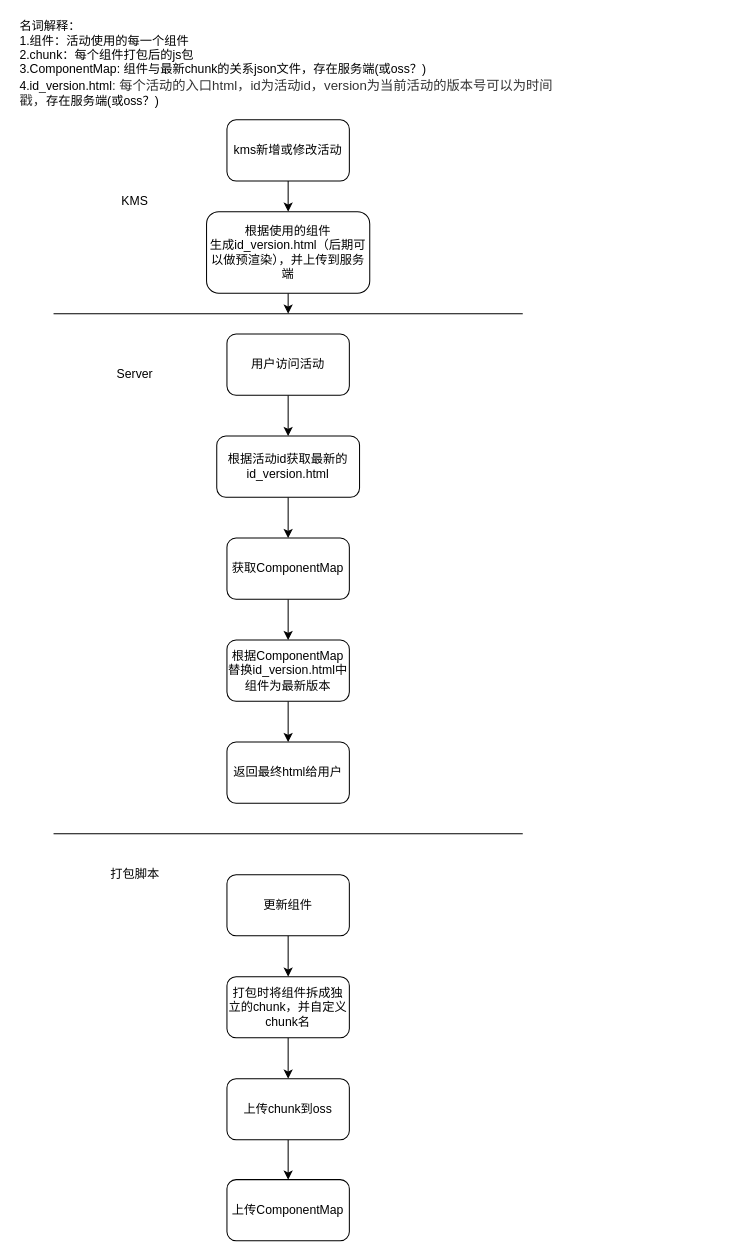
This is 活动模板按需加载方案.drawio from ks-stack/drawio, a draw.io file, before an edit. Source tidied: cells renumbered, new cells numbered last; positions are measured from the earlier drawing's top-left corner, leaving out a move shared by most shapes. Both pictures are drawn from the tidied source at 102%, with x=0, y=0 at pixel (17, 17).
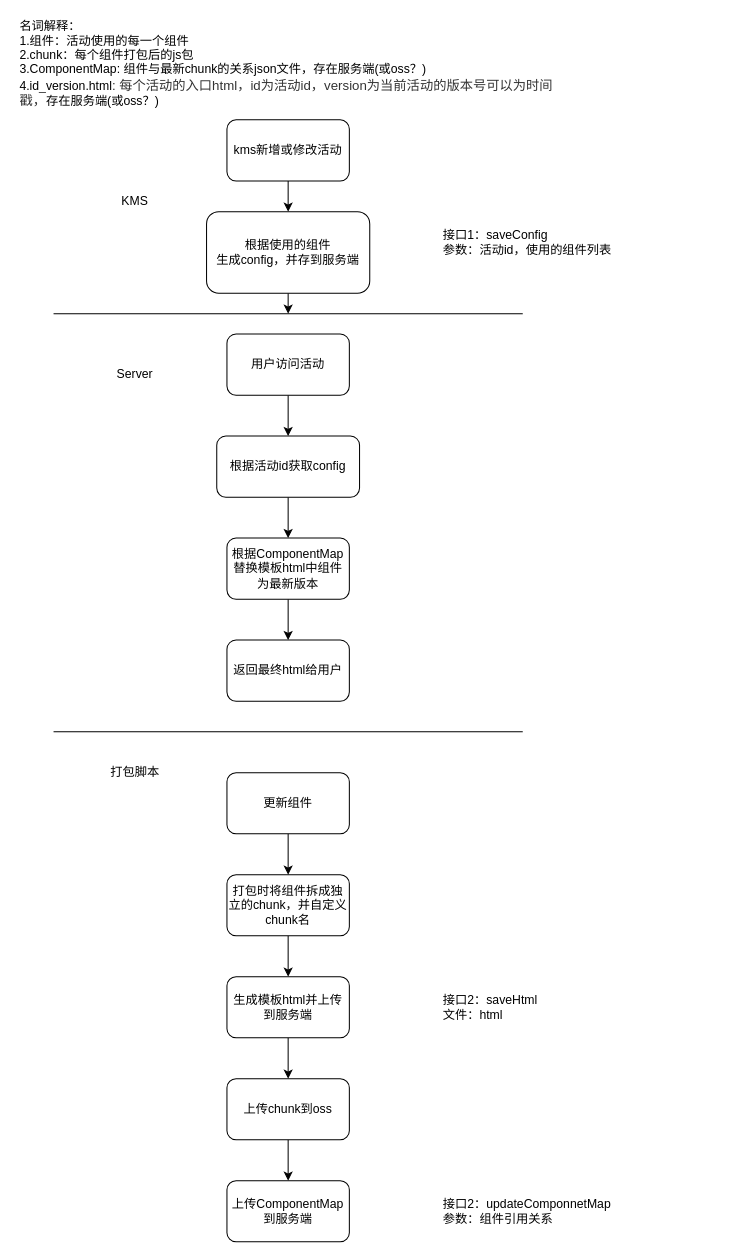
The same page after the edit.

Commit message:
Update 活动模板按需加载方案.drawio

The change refers to these unchanged cells:
```xml
<mxCell id="14" value="上传chunk到oss" style="rounded=1;whiteSpace=wrap;html=1;fillColor=#FFFFFFFF;" parent="1" vertex="1">
  <mxGeometry x="205" y="1040" width="120" height="60" as="geometry" />
</mxCell>
```

The edit, as a diff of the source:
```diff
@@
-    <mxCell id="5" value="根据使用的&lt;span style=&quot;text-align: left&quot;&gt;组件&lt;/span&gt;&lt;br&gt;生成&lt;span style=&quot;text-align: left&quot;&gt;id_version.html&lt;/span&gt;（后期可以做预渲染），并上传到服务端" style="rounded=1;whiteSpace=wrap;html=1;" parent="1" vertex="1">
+    <mxCell id="5" value="根据使用的&lt;span style=&quot;text-align: left&quot;&gt;组件&lt;/span&gt;&lt;br&gt;&lt;div style=&quot;text-align: left&quot;&gt;&lt;span&gt;生成config，&lt;/span&gt;&lt;span&gt;并存到服务端&lt;/span&gt;&lt;/div&gt;" style="rounded=1;whiteSpace=wrap;html=1;" parent="1" vertex="1">
       <mxGeometry x="185" y="190" width="160" height="80" as="geometry" />
     </mxCell>
@@
-    <mxCell id="9" style="edgeStyle=orthogonalEdgeStyle;rounded=0;jettySize=auto;html=1;" parent="1" edge="1" source="10" target="21">
+    <mxCell id="9" style="edgeStyle=orthogonalEdgeStyle;rounded=0;jettySize=auto;html=1;entryX=0.5;entryY=0;entryDx=0;entryDy=0;" parent="1" edge="1" source="10" target="23">
       <mxGeometry relative="1" as="geometry" />
     </mxCell>
-    <mxCell id="10" value="根据活动id获取最新的&lt;span style=&quot;text-align: left&quot;&gt;id_version.html&lt;/span&gt;" style="rounded=1;whiteSpace=wrap;html=1;fillColor=#FFFFFFFF;" parent="1" vertex="1">
+    <mxCell id="10" value="根据活动id获取config" style="rounded=1;whiteSpace=wrap;html=1;fillColor=#FFFFFFFF;" parent="1" vertex="1">
       <mxGeometry x="195" y="410" width="140" height="60" as="geometry" />
     </mxCell>
-    <mxCell id="11" style="edgeStyle=orthogonalEdgeStyle;rounded=0;jettySize=auto;html=1;" parent="1" edge="1" source="12" target="14">
-      <mxGeometry relative="1" as="geometry" />
-    </mxCell>
+    <mxCell id="28" style="edgeStyle=orthogonalEdgeStyle;rounded=0;jettySize=auto;html=1;" parent="1" edge="1" source="12" target="31">
+      <mxGeometry relative="1" as="geometry" />
+    </mxCell>
     <mxCell id="12" value="打包时将组件拆成独立的chunk，并自定义chunk名" style="rounded=1;whiteSpace=wrap;html=1;fillColor=#FFFFFFFF;" parent="1" vertex="1">
-      <mxGeometry x="205" y="940" width="120" height="60" as="geometry" />
+      <mxGeometry x="205" y="840" width="120" height="60" as="geometry" />
     </mxCell>
@@
     <mxCell id="16" value="更新组件" style="rounded=1;whiteSpace=wrap;html=1;fillColor=#FFFFFFFF;" parent="1" vertex="1">
-      <mxGeometry x="205" y="840" width="120" height="60" as="geometry" />
+      <mxGeometry x="205" y="740" width="120" height="60" as="geometry" />
     </mxCell>
@@
-    <mxCell id="20" style="edgeStyle=orthogonalEdgeStyle;rounded=0;jettySize=auto;html=1;" parent="1" edge="1" source="21" target="23">
-      <mxGeometry relative="1" as="geometry" />
-    </mxCell>
-    <mxCell id="21" value="获取&lt;span style=&quot;text-align: left&quot;&gt;ComponentMap&lt;/span&gt;" style="rounded=1;whiteSpace=wrap;html=1;fillColor=#FFFFFFFF;align=center;" parent="1" vertex="1">
-      <mxGeometry x="205" y="510" width="120" height="60" as="geometry" />
-    </mxCell>
@@
-    <mxCell id="23" value="根据&lt;span style=&quot;text-align: left&quot;&gt;ComponentMap&lt;/span&gt;&lt;br&gt;替换&lt;span style=&quot;text-align: left&quot;&gt;id_version.html中组件为最新版本&lt;/span&gt;" style="rounded=1;whiteSpace=wrap;html=1;fillColor=#FFFFFFFF;align=center;" parent="1" vertex="1">
-      <mxGeometry x="205" y="610" width="120" height="60" as="geometry" />
+    <mxCell id="23" value="根据&lt;span style=&quot;text-align: left&quot;&gt;ComponentMap&lt;/span&gt;&lt;br&gt;替换模板&lt;span style=&quot;text-align: left&quot;&gt;html中组件为最新版本&lt;/span&gt;" style="rounded=1;whiteSpace=wrap;html=1;fillColor=#FFFFFFFF;align=center;" parent="1" vertex="1">
+      <mxGeometry x="205" y="510" width="120" height="60" as="geometry" />
     </mxCell>
     <mxCell id="24" value="返回最终html给用户" style="rounded=1;whiteSpace=wrap;html=1;fillColor=#FFFFFFFF;align=center;" parent="1" vertex="1">
-      <mxGeometry x="205" y="710" width="120" height="60" as="geometry" />
+      <mxGeometry x="205" y="610" width="120" height="60" as="geometry" />
     </mxCell>
-    <mxCell id="25" value="&lt;div style=&quot;text-align: center&quot;&gt;&lt;span style=&quot;text-align: left&quot;&gt;上传ComponentMap&lt;/span&gt;&lt;/div&gt;" style="rounded=1;whiteSpace=wrap;html=1;" parent="1" vertex="1">
-      <mxGeometry x="205" y="1139" width="120" height="60" as="geometry" />
+    <mxCell id="25" value="&lt;div style=&quot;text-align: center&quot;&gt;&lt;span style=&quot;text-align: left&quot;&gt;上传ComponentMap到服务端&lt;/span&gt;&lt;/div&gt;" style="rounded=1;whiteSpace=wrap;html=1;" parent="1" vertex="1">
+      <mxGeometry x="205" y="1140" width="120" height="60" as="geometry" />
     </mxCell>
     <mxCell id="26" style="endArrow=none;html=1;" parent="1" edge="1">
       <mxGeometry relative="1" as="geometry">
-        <mxPoint x="35" y="800" as="sourcePoint" />
-        <mxPoint x="495" y="800" as="targetPoint" />
+        <mxPoint x="35" y="700" as="sourcePoint" />
+        <mxPoint x="495" y="700" as="targetPoint" />
       </mxGeometry>
     </mxCell>
     <mxCell id="27" value="打包脚本" style="text;html=1;strokeColor=none;fillColor=none;align=center;verticalAlign=middle;whiteSpace=wrap;rounded=0;" parent="1" vertex="1">
-      <mxGeometry x="90" y="830" width="50" height="20" as="geometry" />
+      <mxGeometry x="90" y="730" width="50" height="20" as="geometry" />
     </mxCell>
+    <mxCell id="29" value="接口1：saveConfig&lt;br&gt;参数：活动id，使用的组件列表" style="text;html=1;strokeColor=none;fillColor=none;align=left;verticalAlign=middle;whiteSpace=wrap;rounded=0;" parent="1" vertex="1">
+      <mxGeometry x="415" y="200" width="270" height="40" as="geometry" />
+    </mxCell>
+    <mxCell id="30" style="edgeStyle=orthogonalEdgeStyle;rounded=0;jettySize=auto;html=1;" parent="1" edge="1" source="31" target="14">
+      <mxGeometry relative="1" as="geometry" />
+    </mxCell>
+    <mxCell id="31" value="生成模板html并上传到服务端" style="rounded=1;whiteSpace=wrap;html=1;align=center;" parent="1" vertex="1">
+      <mxGeometry x="205" y="940" width="120" height="60" as="geometry" />
+    </mxCell>
+    <mxCell id="32" value="接口2：saveHtml&lt;br&gt;文件：html" style="text;html=1;strokeColor=none;fillColor=none;align=left;verticalAlign=middle;whiteSpace=wrap;rounded=0;" parent="1" vertex="1">
+      <mxGeometry x="415" y="950" width="270" height="40" as="geometry" />
+    </mxCell>
+    <mxCell id="33" value="接口2：updateComponnetMap&lt;br&gt;参数：组件引用关系" style="text;html=1;strokeColor=none;fillColor=none;align=left;verticalAlign=middle;whiteSpace=wrap;rounded=0;" parent="1" vertex="1">
+      <mxGeometry x="415" y="1150" width="270" height="40" as="geometry" />
+    </mxCell>
```
